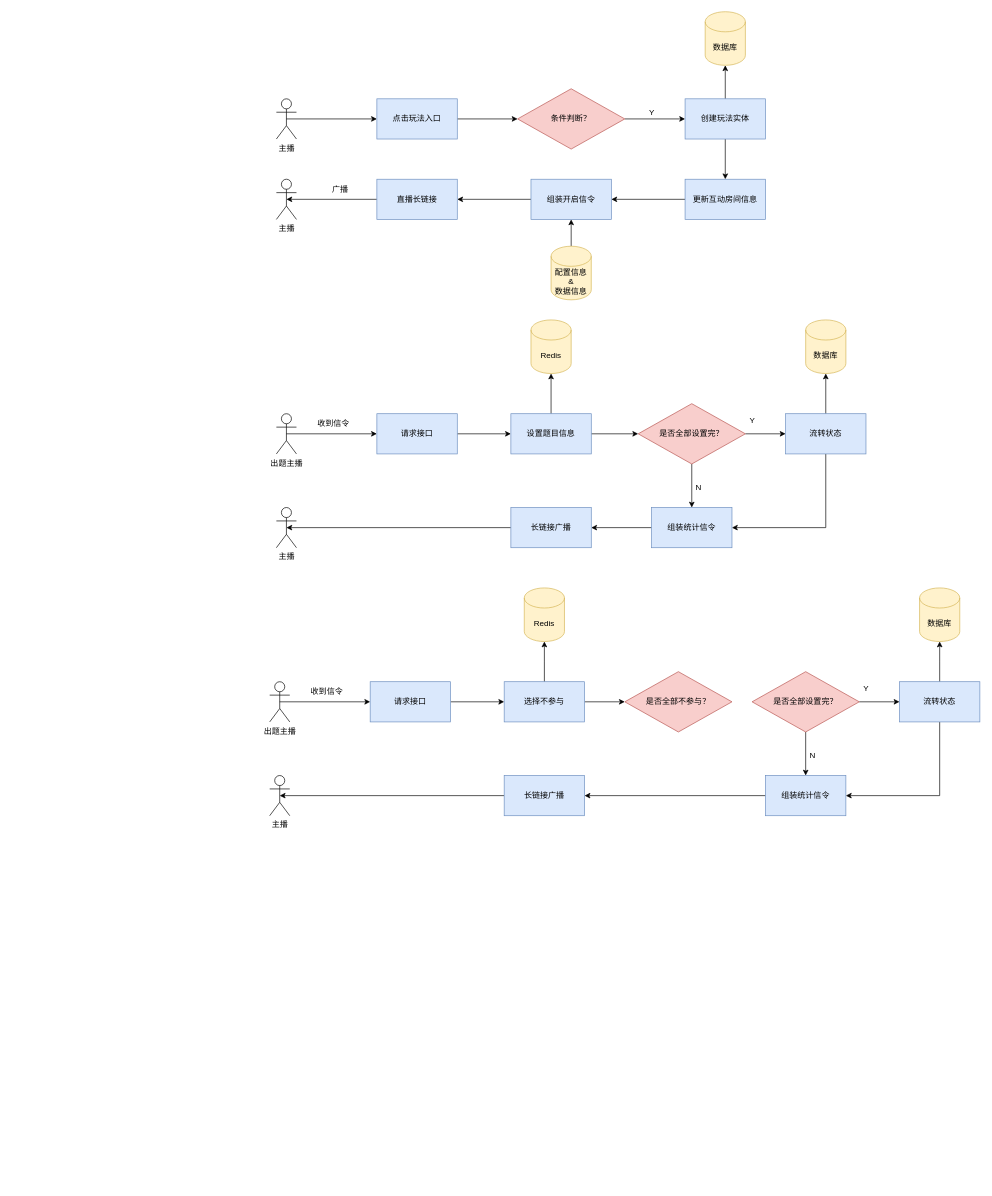
fengyn1218/draw-pic keeps this draw.io diagram as 猜谜连线.drawio. Above is the earlier version. Source tidied: cells renumbered, new cells numbered last; positions are measured from the earlier drawing's top-left corner, leaving out a move shared by most shapes. Both pictures are drawn from the tidied source at 67%, with x=0, y=0 at pixel (269, 11).
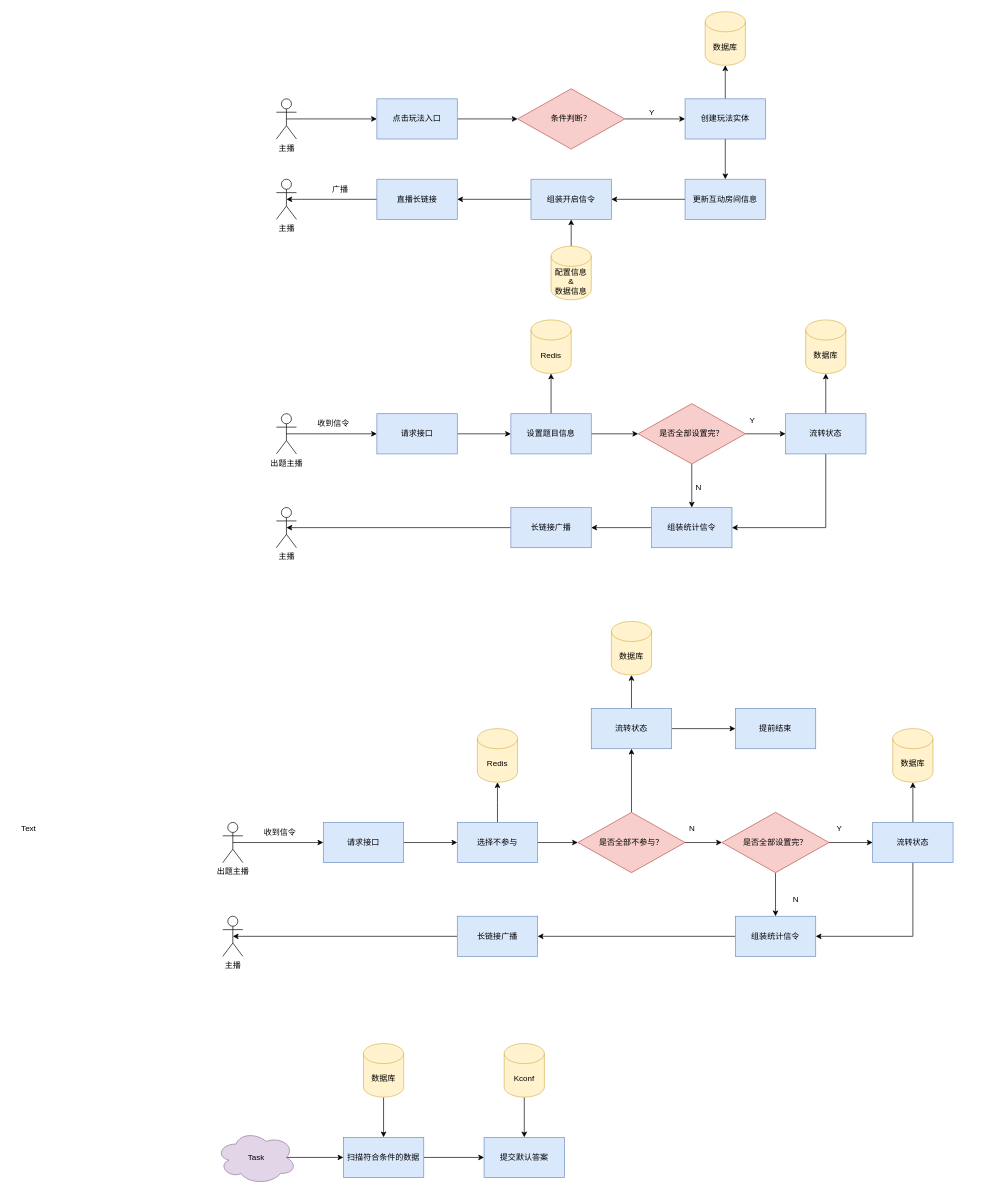
Above is the later version.

Commit message:
更新猜谜连线.drawio

The edit, as a diff of the source:
```diff
@@
     <mxCell id="47" value="出题主播" style="shape=umlActor;verticalLabelPosition=bottom;verticalAlign=top;html=1;outlineConnect=0;" parent="1" vertex="1">
-      <mxGeometry y="1000" width="30" height="60" as="geometry" />
+      <mxGeometry x="-70" y="1210" width="30" height="60" as="geometry" />
     </mxCell>
@@
     <mxCell id="49" value="请求接口" style="rounded=0;whiteSpace=wrap;html=1;fillColor=#dae8fc;strokeColor=#6c8ebf;" parent="1" vertex="1">
-      <mxGeometry x="150" y="1000" width="120" height="60" as="geometry" />
+      <mxGeometry x="80" y="1210" width="120" height="60" as="geometry" />
     </mxCell>
     <mxCell id="50" value="收到信令" style="text;html=1;align=center;verticalAlign=middle;strokeColor=none;fillColor=none;" parent="1" vertex="1">
-      <mxGeometry x="50" y="1000" width="70" height="30" as="geometry" />
+      <mxGeometry x="-20" y="1210" width="70" height="30" as="geometry" />
     </mxCell>
     <mxCell id="51" style="edgeStyle=orthogonalEdgeStyle;rounded=0;jettySize=auto;html=1;exitX=0.5;exitY=0;exitDx=0;exitDy=0;entryX=0.5;entryY=1;entryDx=0;entryDy=0;entryPerimeter=0;" parent="1" edge="1" source="53">
       <mxGeometry relative="1" as="geometry">
-        <mxPoint x="410" y="940" as="targetPoint" />
+        <mxPoint x="340" y="1150" as="targetPoint" />
       </mxGeometry>
     </mxCell>
@@
     <mxCell id="53" value="选择不参与" style="rounded=0;whiteSpace=wrap;html=1;fillColor=#dae8fc;strokeColor=#6c8ebf;" parent="1" vertex="1">
-      <mxGeometry x="350" y="1000" width="120" height="60" as="geometry" />
+      <mxGeometry x="280" y="1210" width="120" height="60" as="geometry" />
     </mxCell>
@@
     <mxCell id="55" value="组装统计信令" style="rounded=0;whiteSpace=wrap;html=1;fillColor=#dae8fc;strokeColor=#6c8ebf;" parent="1" vertex="1">
-      <mxGeometry x="740" y="1140" width="120" height="60" as="geometry" />
+      <mxGeometry x="695" y="1350" width="120" height="60" as="geometry" />
     </mxCell>
     <mxCell id="56" style="edgeStyle=orthogonalEdgeStyle;rounded=0;jettySize=auto;html=1;exitX=0.5;exitY=0;exitDx=0;exitDy=0;entryX=0.5;entryY=1;entryDx=0;entryDy=0;entryPerimeter=0;" parent="1" edge="1" source="58">
       <mxGeometry relative="1" as="geometry">
-        <mxPoint x="1000" y="940" as="targetPoint" />
+        <mxPoint x="960" y="1150" as="targetPoint" />
       </mxGeometry>
     </mxCell>
@@
     <mxCell id="58" value="流转状态" style="rounded=0;whiteSpace=wrap;html=1;fillColor=#dae8fc;strokeColor=#6c8ebf;" parent="1" vertex="1">
-      <mxGeometry x="940" y="1000" width="120" height="60" as="geometry" />
+      <mxGeometry x="900" y="1210" width="120" height="60" as="geometry" />
     </mxCell>
@@
     <mxCell id="61" value="是否全部设置完？" style="rhombus;whiteSpace=wrap;html=1;fillColor=#f8cecc;strokeColor=#b85450;" parent="1" vertex="1">
-      <mxGeometry x="720" y="985" width="160" height="90" as="geometry" />
+      <mxGeometry x="675" y="1195" width="160" height="90" as="geometry" />
     </mxCell>
     <mxCell id="62" value="Y" style="text;html=1;align=center;verticalAlign=middle;strokeColor=none;fillColor=none;" parent="1" vertex="1">
-      <mxGeometry x="875" y="995" width="30" height="30" as="geometry" />
+      <mxGeometry x="835" y="1205" width="30" height="30" as="geometry" />
     </mxCell>
     <mxCell id="63" value="N" style="text;html=1;align=center;verticalAlign=middle;strokeColor=none;fillColor=none;" parent="1" vertex="1">
-      <mxGeometry x="795" y="1095" width="30" height="30" as="geometry" />
+      <mxGeometry x="770" y="1310" width="30" height="30" as="geometry" />
     </mxCell>
@@
     <mxCell id="65" value="长链接广播" style="rounded=0;whiteSpace=wrap;html=1;fillColor=#dae8fc;strokeColor=#6c8ebf;" parent="1" vertex="1">
-      <mxGeometry x="350" y="1140" width="120" height="60" as="geometry" />
+      <mxGeometry x="280" y="1350" width="120" height="60" as="geometry" />
     </mxCell>
     <mxCell id="66" value="主播" style="shape=umlActor;verticalLabelPosition=bottom;verticalAlign=top;html=1;outlineConnect=0;" parent="1" vertex="1">
-      <mxGeometry y="1140" width="30" height="60" as="geometry" />
+      <mxGeometry x="-70" y="1350" width="30" height="60" as="geometry" />
     </mxCell>
     <mxCell id="67" value="Redis" style="shape=cylinder3;whiteSpace=wrap;html=1;boundedLbl=1;backgroundOutline=1;size=15;fillColor=#fff2cc;strokeColor=#d6b656;" parent="1" vertex="1">
-      <mxGeometry x="380" y="860" width="60" height="80" as="geometry" />
+      <mxGeometry x="310" y="1070" width="60" height="80" as="geometry" />
     </mxCell>
     <mxCell id="68" value="数据库" style="shape=cylinder3;whiteSpace=wrap;html=1;boundedLbl=1;backgroundOutline=1;size=15;fillColor=#fff2cc;strokeColor=#d6b656;" parent="1" vertex="1">
-      <mxGeometry x="970" y="860" width="60" height="80" as="geometry" />
+      <mxGeometry x="930" y="1070" width="60" height="80" as="geometry" />
     </mxCell>
+    <mxCell id="70" style="edgeStyle=orthogonalEdgeStyle;rounded=0;jettySize=auto;html=1;exitX=1;exitY=0.5;exitDx=0;exitDy=0;entryX=0;entryY=0.5;entryDx=0;entryDy=0;" parent="1" edge="1" source="69" target="61">
+      <mxGeometry relative="1" as="geometry" />
+    </mxCell>
+    <mxCell id="71" style="edgeStyle=orthogonalEdgeStyle;rounded=0;jettySize=auto;html=1;exitX=0.5;exitY=0;exitDx=0;exitDy=0;entryX=0.5;entryY=1;entryDx=0;entryDy=0;" parent="1" edge="1" source="69" target="74">
+      <mxGeometry relative="1" as="geometry" />
+    </mxCell>
     <mxCell id="69" value="是否全部不参与？" style="rhombus;whiteSpace=wrap;html=1;fillColor=#f8cecc;strokeColor=#b85450;" parent="1" vertex="1">
-      <mxGeometry x="530" y="985" width="160" height="90" as="geometry" />
+      <mxGeometry x="460" y="1195" width="160" height="90" as="geometry" />
     </mxCell>
+    <mxCell id="72" style="edgeStyle=orthogonalEdgeStyle;rounded=0;jettySize=auto;html=1;exitX=0.5;exitY=0;exitDx=0;exitDy=0;entryX=0.5;entryY=1;entryDx=0;entryDy=0;entryPerimeter=0;" parent="1" edge="1" source="74" target="75">
+      <mxGeometry relative="1" as="geometry" />
+    </mxCell>
+    <mxCell id="73" style="edgeStyle=orthogonalEdgeStyle;rounded=0;jettySize=auto;html=1;exitX=1;exitY=0.5;exitDx=0;exitDy=0;entryX=0;entryY=0.5;entryDx=0;entryDy=0;" parent="1" edge="1" source="74" target="77">
+      <mxGeometry relative="1" as="geometry" />
+    </mxCell>
+    <mxCell id="74" value="流转状态" style="rounded=0;whiteSpace=wrap;html=1;fillColor=#dae8fc;strokeColor=#6c8ebf;" parent="1" vertex="1">
+      <mxGeometry x="480" y="1040" width="120" height="60" as="geometry" />
+    </mxCell>
+    <mxCell id="75" value="数据库" style="shape=cylinder3;whiteSpace=wrap;html=1;boundedLbl=1;backgroundOutline=1;size=15;fillColor=#fff2cc;strokeColor=#d6b656;" parent="1" vertex="1">
+      <mxGeometry x="510" y="910" width="60" height="80" as="geometry" />
+    </mxCell>
+    <mxCell id="76" value="N" style="text;html=1;align=center;verticalAlign=middle;strokeColor=none;fillColor=none;" parent="1" vertex="1">
+      <mxGeometry x="615" y="1205" width="30" height="30" as="geometry" />
+    </mxCell>
+    <mxCell id="77" value="提前结束" style="rounded=0;whiteSpace=wrap;html=1;fillColor=#dae8fc;strokeColor=#6c8ebf;" parent="1" vertex="1">
+      <mxGeometry x="695" y="1040" width="120" height="60" as="geometry" />
+    </mxCell>
+    <mxCell id="78" style="edgeStyle=orthogonalEdgeStyle;rounded=0;jettySize=auto;html=1;exitX=0.875;exitY=0.5;exitDx=0;exitDy=0;exitPerimeter=0;entryX=0;entryY=0.5;entryDx=0;entryDy=0;" parent="1" edge="1" source="79" target="83">
+      <mxGeometry relative="1" as="geometry" />
+    </mxCell>
+    <mxCell id="79" value="Task" style="ellipse;shape=cloud;whiteSpace=wrap;html=1;fillColor=#e1d5e7;strokeColor=#9673a6;" parent="1" vertex="1">
+      <mxGeometry x="-80" y="1670" width="120" height="80" as="geometry" />
+    </mxCell>
+    <mxCell id="80" style="edgeStyle=orthogonalEdgeStyle;rounded=0;jettySize=auto;html=1;exitX=0.5;exitY=1;exitDx=0;exitDy=0;exitPerimeter=0;entryX=0.5;entryY=0;entryDx=0;entryDy=0;" parent="1" edge="1" source="81" target="83">
+      <mxGeometry relative="1" as="geometry" />
+    </mxCell>
+    <mxCell id="81" value="数据库" style="shape=cylinder3;whiteSpace=wrap;html=1;boundedLbl=1;backgroundOutline=1;size=15;fillColor=#fff2cc;strokeColor=#d6b656;" parent="1" vertex="1">
+      <mxGeometry x="140" y="1540" width="60" height="80" as="geometry" />
+    </mxCell>
+    <mxCell id="82" style="edgeStyle=orthogonalEdgeStyle;rounded=0;jettySize=auto;html=1;exitX=1;exitY=0.5;exitDx=0;exitDy=0;entryX=0;entryY=0.5;entryDx=0;entryDy=0;" parent="1" edge="1" source="83" target="84">
+      <mxGeometry relative="1" as="geometry" />
+    </mxCell>
+    <mxCell id="83" value="扫描符合条件的数据" style="rounded=0;whiteSpace=wrap;html=1;fillColor=#dae8fc;strokeColor=#6c8ebf;" parent="1" vertex="1">
+      <mxGeometry x="110" y="1680" width="120" height="60" as="geometry" />
+    </mxCell>
+    <mxCell id="84" value="提交默认答案" style="rounded=0;whiteSpace=wrap;html=1;fillColor=#dae8fc;strokeColor=#6c8ebf;" parent="1" vertex="1">
+      <mxGeometry x="320" y="1680" width="120" height="60" as="geometry" />
+    </mxCell>
+    <mxCell id="85" style="edgeStyle=orthogonalEdgeStyle;rounded=0;jettySize=auto;html=1;exitX=0.5;exitY=1;exitDx=0;exitDy=0;exitPerimeter=0;entryX=0.5;entryY=0;entryDx=0;entryDy=0;" parent="1" edge="1" source="86" target="84">
+      <mxGeometry relative="1" as="geometry" />
+    </mxCell>
+    <mxCell id="86" value="Kconf" style="shape=cylinder3;whiteSpace=wrap;html=1;boundedLbl=1;backgroundOutline=1;size=15;fillColor=#fff2cc;strokeColor=#d6b656;" parent="1" vertex="1">
+      <mxGeometry x="350" y="1540" width="60" height="80" as="geometry" />
+    </mxCell>
+    <mxCell id="87" value="Text" style="text;html=1;align=center;verticalAlign=middle;strokeColor=none;fillColor=none;" parent="1" vertex="1">
+      <mxGeometry x="-385" y="1205" width="50" height="30" as="geometry" />
+    </mxCell>
```
